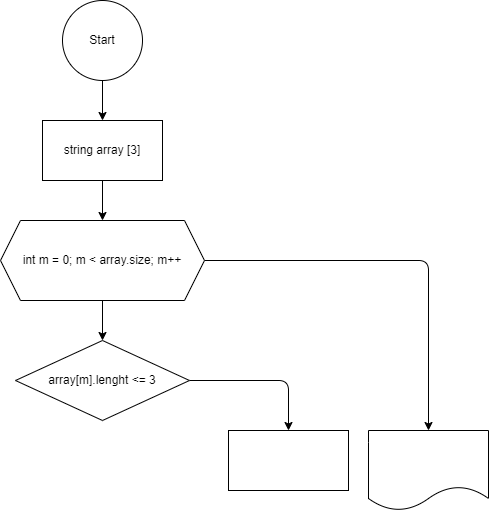
This is diagramma.drawio.png from dvmax1984/FinalControlWork06042023, a draw.io export, as it was before one commit. Source tidied: cells renumbered, new cells last; positions are measured from the earlier drawing's top-left corner, leaving out a move shared by most shapes.
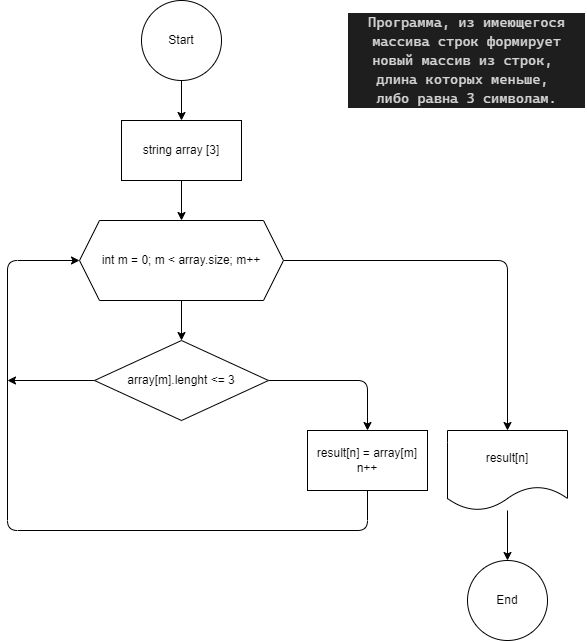
The same diagram one commit later.

Change to the diagram source:
```diff
@@ -26,14 +26,37 @@
     <mxCell id="9" style="edgeStyle=orthogonalEdgeStyle;html=1;entryX=0.5;entryY=0;entryDx=0;entryDy=0;" parent="1" edge="1" source="10" target="11">
       <mxGeometry relative="1" as="geometry" />
     </mxCell>
+    <mxCell id="13" style="edgeStyle=orthogonalEdgeStyle;html=1;exitX=0;exitY=0.5;exitDx=0;exitDy=0;" parent="1" edge="1" source="10">
+      <mxGeometry relative="1" as="geometry">
+        <mxPoint x="-72" y="380" as="targetPoint" />
+      </mxGeometry>
+    </mxCell>
     <mxCell id="10" value="array[m].lenght &amp;lt;= 3" style="rhombus;whiteSpace=wrap;html=1;" parent="1" vertex="1">
       <mxGeometry x="15" y="340" width="174" height="80" as="geometry" />
     </mxCell>
+    <mxCell id="14" style="edgeStyle=orthogonalEdgeStyle;html=1;entryX=0;entryY=0.5;entryDx=0;entryDy=0;" parent="1" edge="1" source="11" target="8">
+      <mxGeometry relative="1" as="geometry">
+        <Array as="points">
+          <mxPoint x="288" y="530" />
+          <mxPoint x="-72" y="530" />
+          <mxPoint x="-72" y="260" />
+        </Array>
+      </mxGeometry>
+    </mxCell>
-    <mxCell id="11" style="rounded=0;whiteSpace=wrap;html=1;" parent="1" vertex="1">
+    <mxCell id="11" value="result[n] = array[m]&lt;br&gt;n++" style="rounded=0;whiteSpace=wrap;html=1;" parent="1" vertex="1">
       <mxGeometry x="228" y="430" width="120" height="60" as="geometry" />
     </mxCell>
+    <mxCell id="15" style="edgeStyle=orthogonalEdgeStyle;html=1;" parent="1" edge="1" source="12" target="17">
+      <mxGeometry relative="1" as="geometry" />
+    </mxCell>
-    <mxCell id="12" style="shape=document;whiteSpace=wrap;html=1;boundedLbl=1;" parent="1" vertex="1">
+    <mxCell id="12" value="result[n]" style="shape=document;whiteSpace=wrap;html=1;boundedLbl=1;" parent="1" vertex="1">
       <mxGeometry x="368" y="430" width="120" height="80" as="geometry" />
     </mxCell>
+    <mxCell id="16" value="&lt;div style=&quot;color: rgb(212, 212, 212); background-color: rgb(30, 30, 30); font-family: &amp;quot;JetBrains Mono&amp;quot;, &amp;quot;Fira Code&amp;quot;, Menlo, Monaco, &amp;quot;Cascadia Code&amp;quot;, Consolas, &amp;quot;Courier New&amp;quot;, monospace, &amp;quot;Cascadia Code PL&amp;quot;, Consolas, &amp;quot;Courier New&amp;quot;, monospace; font-size: 14px; line-height: 19px;&quot;&gt;Программа, из имеющегося массива строк формирует новый массив из строк,&amp;nbsp;&lt;/div&gt;&lt;div style=&quot;color: rgb(212, 212, 212); background-color: rgb(30, 30, 30); font-family: &amp;quot;JetBrains Mono&amp;quot;, &amp;quot;Fira Code&amp;quot;, Menlo, Monaco, &amp;quot;Cascadia Code&amp;quot;, Consolas, &amp;quot;Courier New&amp;quot;, monospace, &amp;quot;Cascadia Code PL&amp;quot;, Consolas, &amp;quot;Courier New&amp;quot;, monospace; font-size: 14px; line-height: 19px;&quot;&gt;длина которых меньше,&amp;nbsp;&lt;/div&gt;&lt;div style=&quot;color: rgb(212, 212, 212); background-color: rgb(30, 30, 30); font-family: &amp;quot;JetBrains Mono&amp;quot;, &amp;quot;Fira Code&amp;quot;, Menlo, Monaco, &amp;quot;Cascadia Code&amp;quot;, Consolas, &amp;quot;Courier New&amp;quot;, monospace, &amp;quot;Cascadia Code PL&amp;quot;, Consolas, &amp;quot;Courier New&amp;quot;, monospace; font-size: 14px; line-height: 19px;&quot;&gt;либо равна 3 символам. &lt;/div&gt;" style="text;strokeColor=none;align=center;fillColor=none;html=1;verticalAlign=middle;whiteSpace=wrap;rounded=0;" parent="1" vertex="1">
+      <mxGeometry x="268" y="10" width="239" height="100" as="geometry" />
+    </mxCell>
+    <mxCell id="17" value="End" style="ellipse;whiteSpace=wrap;html=1;" parent="1" vertex="1">
+      <mxGeometry x="388" y="560" width="80" height="80" as="geometry" />
+    </mxCell>
   </root>
 </mxGraphModel>
```
